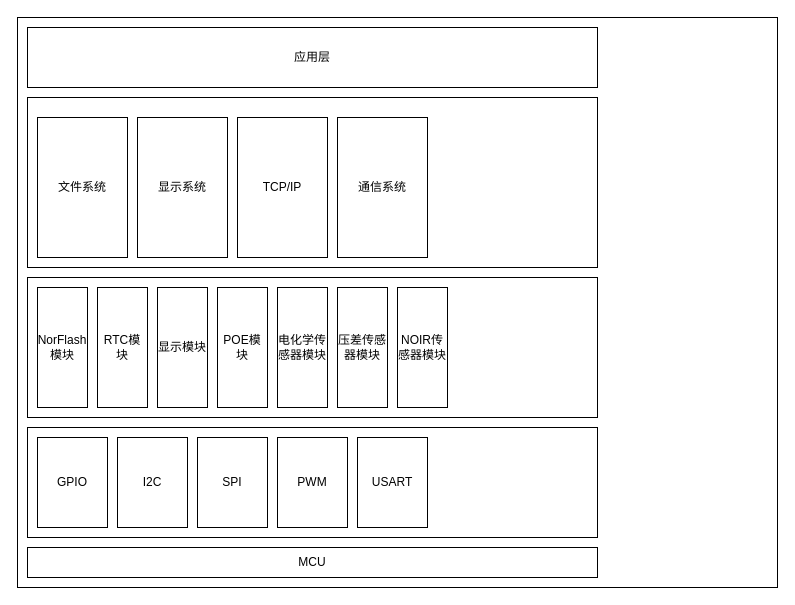
HenleyEn/Note keeps this draw.io diagram as 气体传感器.drawio. Above is the earlier version. Source tidied: cells renumbered, new cells numbered last; positions are measured from the earlier drawing's top-left corner, leaving out a move shared by most shapes. Both pictures are drawn from the tidied source at 100%, with x=0, y=0 at pixel (17, 17).
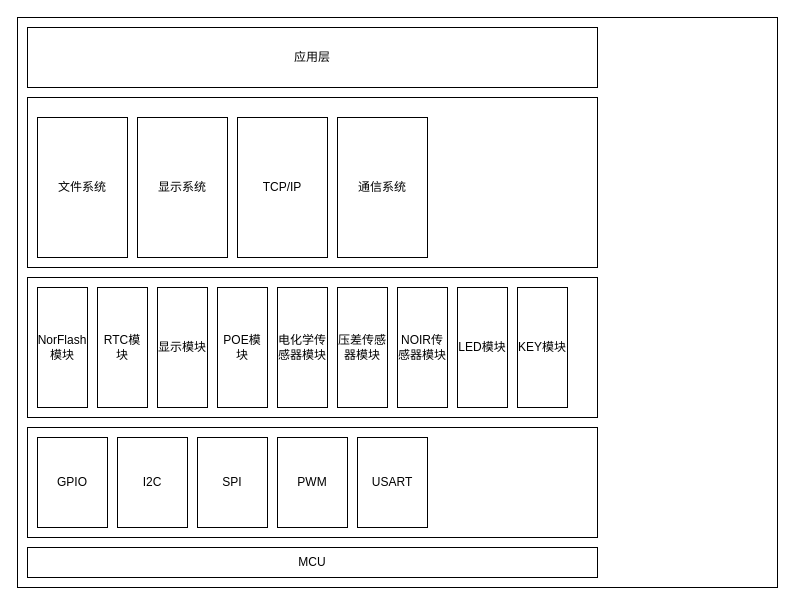
Above is the later version.

Commit message (it also covers changes not shown here):
更新气体传感器.drawio

Diff of the diagram source:
```diff
@@
+    <mxCell id="24" value="LED模块" style="rounded=0;whiteSpace=wrap;html=1;" parent="1" vertex="1">
+      <mxGeometry x="440" y="270" width="50" height="120" as="geometry" />
+    </mxCell>
+    <mxCell id="25" value="KEY模块" style="rounded=0;whiteSpace=wrap;html=1;" parent="1" vertex="1">
+      <mxGeometry x="500" y="270" width="50" height="120" as="geometry" />
+    </mxCell>
```
